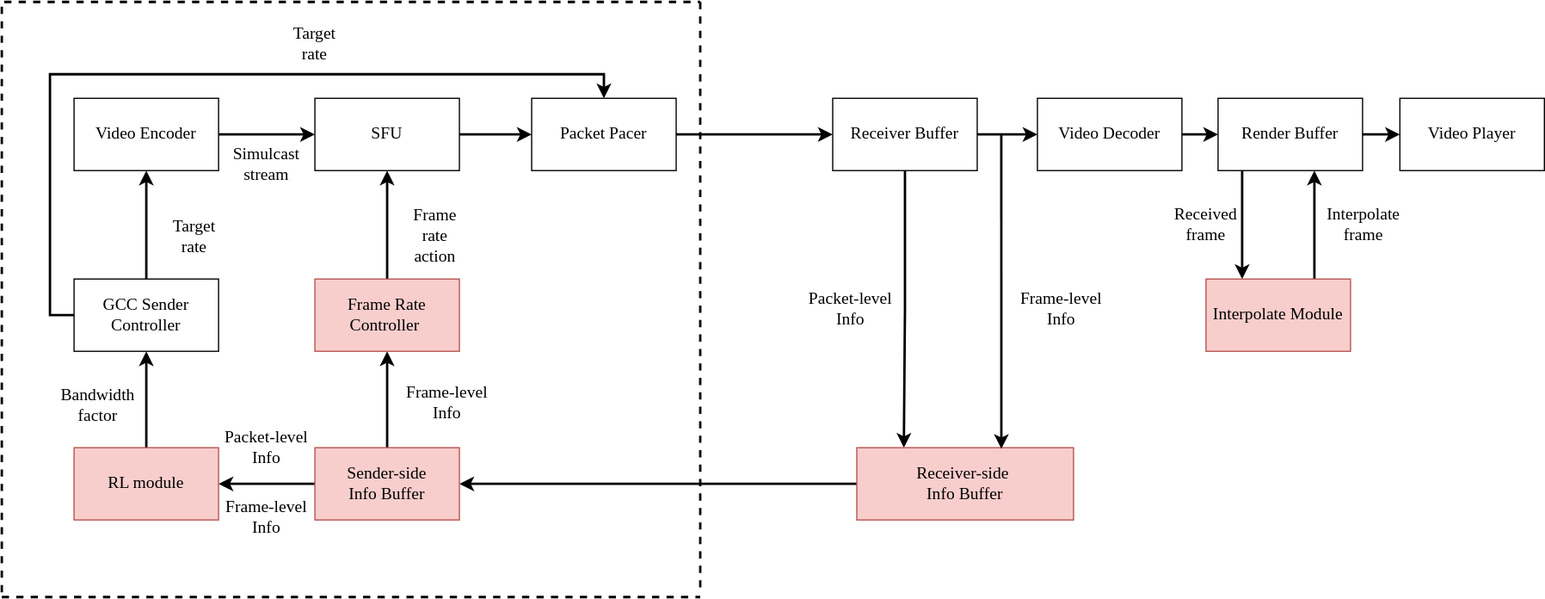
Earlier version of the draw.io export system.drawio.svg (xiaosayin/c-educoder). Source tidied: cells renumbered, new cells last; positions are measured from the earlier drawing's top-left corner, leaving out a move shared by most shapes.
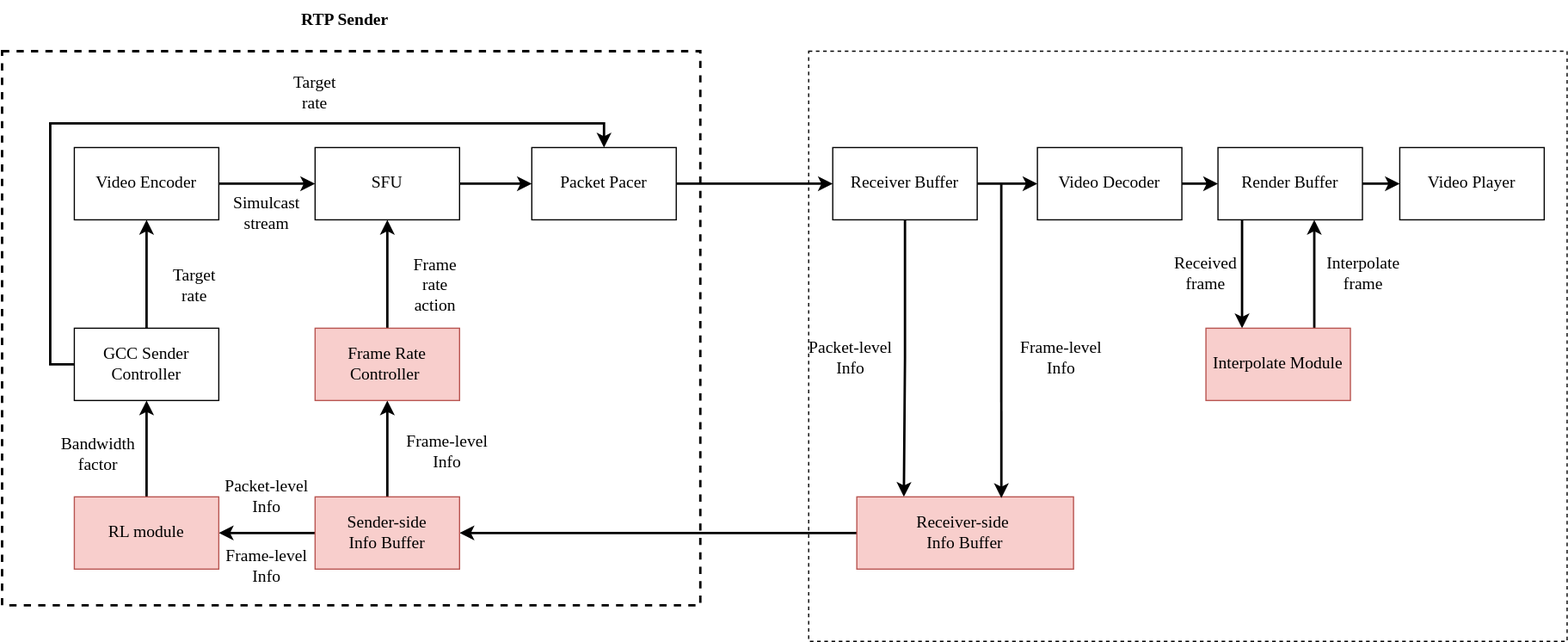
Later version of the same file.

The edit, as a diff of the source:
```diff
@@ -145,26 +145,14 @@
     <mxCell id="43" value="&lt;font face=&quot;Times New Roman&quot; style=&quot;font-size: 14px;&quot;&gt;Frame rate action&lt;/font&gt;" style="text;html=1;strokeColor=none;fillColor=none;align=center;verticalAlign=middle;whiteSpace=wrap;rounded=0;strokeWidth=5;" parent="1" vertex="1">
       <mxGeometry x="330" y="180" width="60" height="30" as="geometry" />
     </mxCell>
-    <mxCell id="44" style="endArrow=none;dashed=1;html=1;rounded=0;strokeWidth=2;fontFamily=Times New Roman;fontSize=14;" parent="1" edge="1">
-      <mxGeometry relative="1" as="geometry">
-        <mxPoint y="490" as="sourcePoint" />
-        <mxPoint x="580" as="targetPoint" />
-        <Array as="points">
-          <mxPoint />
-        </Array>
-      </mxGeometry>
-    </mxCell>
-    <mxCell id="45" style="endArrow=none;dashed=1;html=1;rounded=0;strokeWidth=2;fontFamily=Times New Roman;fontSize=14;" parent="1" edge="1">
-      <mxGeometry relative="1" as="geometry">
-        <mxPoint y="494" as="sourcePoint" />
-        <mxPoint x="580" y="494" as="targetPoint" />
-      </mxGeometry>
-    </mxCell>
-    <mxCell id="46" style="endArrow=none;dashed=1;html=1;rounded=0;strokeWidth=2;fontFamily=Times New Roman;fontSize=14;" parent="1" edge="1">
-      <mxGeometry relative="1" as="geometry">
-        <mxPoint x="580" as="sourcePoint" />
-        <mxPoint x="580" y="490" as="targetPoint" />
-      </mxGeometry>
-    </mxCell>
+    <mxCell id="47" value="&lt;b&gt;RTP Sender&lt;/b&gt;" style="text;html=1;strokeColor=none;fillColor=none;align=center;verticalAlign=middle;whiteSpace=wrap;rounded=0;strokeWidth=5;fontFamily=Times New Roman;fontSize=14;" parent="1" vertex="1">
+      <mxGeometry x="230" y="-40" width="110" height="30" as="geometry" />
+    </mxCell>
+    <mxCell id="48" style="rounded=0;whiteSpace=wrap;html=1;strokeWidth=1;fontFamily=Times New Roman;fontSize=14;fillColor=none;dashed=1;" parent="1" vertex="1">
+      <mxGeometry x="670" width="630" height="490" as="geometry" />
+    </mxCell>
+    <mxCell id="49" style="rounded=0;whiteSpace=wrap;html=1;dashed=1;strokeWidth=2;fontFamily=Times New Roman;fontSize=14;fillColor=none;" parent="1" vertex="1">
+      <mxGeometry width="580" height="460" as="geometry" />
+    </mxCell>
   </root>
 </mxGraphModel>
```
